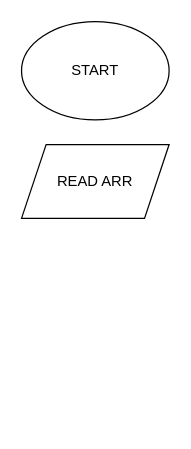
Earlier version of the draw.io diagram qiockSort.drawio (FizOkor/DSA-Flowcharts). Source tidied: cells renumbered, new cells numbered last; positions are measured from the earlier drawing's top-left corner, leaving out a move shared by most shapes. Both pictures are drawn from the tidied source at 123%, with x=0, y=0 at pixel (21, 21).
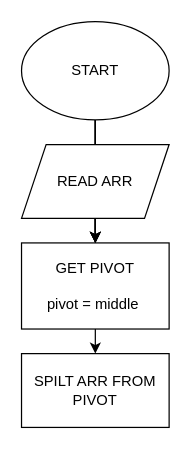
After the change.

What changed in the source:
```diff
@@
 <mxGraphModel>
   <root>
     <mxCell id="0" />
     <mxCell id="1" parent="0" />
+    <mxCell id="4" style="edgeStyle=orthogonalEdgeStyle;rounded=0;jettySize=auto;html=1;" parent="1" edge="1" source="2" target="9">
+      <mxGeometry relative="1" as="geometry" />
+    </mxCell>
+    <mxCell id="5" style="edgeStyle=orthogonalEdgeStyle;rounded=0;jettySize=auto;html=1;" parent="1" edge="1" source="2" target="9">
+      <mxGeometry relative="1" as="geometry" />
+    </mxCell>
+    <mxCell id="6" style="edgeStyle=orthogonalEdgeStyle;rounded=0;jettySize=auto;html=1;" parent="1" edge="1" source="2" target="9">
+      <mxGeometry relative="1" as="geometry" />
+    </mxCell>
+    <mxCell id="7" style="edgeStyle=orthogonalEdgeStyle;rounded=0;jettySize=auto;html=1;" parent="1" edge="1" source="2" target="9">
+      <mxGeometry relative="1" as="geometry" />
+    </mxCell>
     <mxCell id="2" value="START" style="ellipse;whiteSpace=wrap;html=1;" parent="1" vertex="1">
       <mxGeometry width="120" height="80" as="geometry" />
     </mxCell>
+    <mxCell id="8" style="edgeStyle=orthogonalEdgeStyle;rounded=0;jettySize=auto;html=1;" parent="1" edge="1" source="3" target="10">
+      <mxGeometry relative="1" as="geometry" />
+    </mxCell>
     <mxCell id="3" value="READ ARR" style="shape=parallelogram;perimeter=parallelogramPerimeter;whiteSpace=wrap;html=1;fixedSize=1;" parent="1" vertex="1">
       <mxGeometry y="100" width="120" height="60" as="geometry" />
     </mxCell>
+    <mxCell id="9" value="GET PIVOT&lt;div&gt;&lt;br&gt;&lt;div&gt;pivot = middle&amp;nbsp;&lt;/div&gt;&lt;/div&gt;" style="rounded=0;whiteSpace=wrap;html=1;" parent="1" vertex="1">
+      <mxGeometry y="180" width="120" height="70" as="geometry" />
+    </mxCell>
+    <mxCell id="10" value="SPILT ARR FROM PIVOT" style="rounded=0;whiteSpace=wrap;html=1;" parent="1" vertex="1">
+      <mxGeometry y="270" width="120" height="60" as="geometry" />
+    </mxCell>
   </root>
 </mxGraphModel>
```
